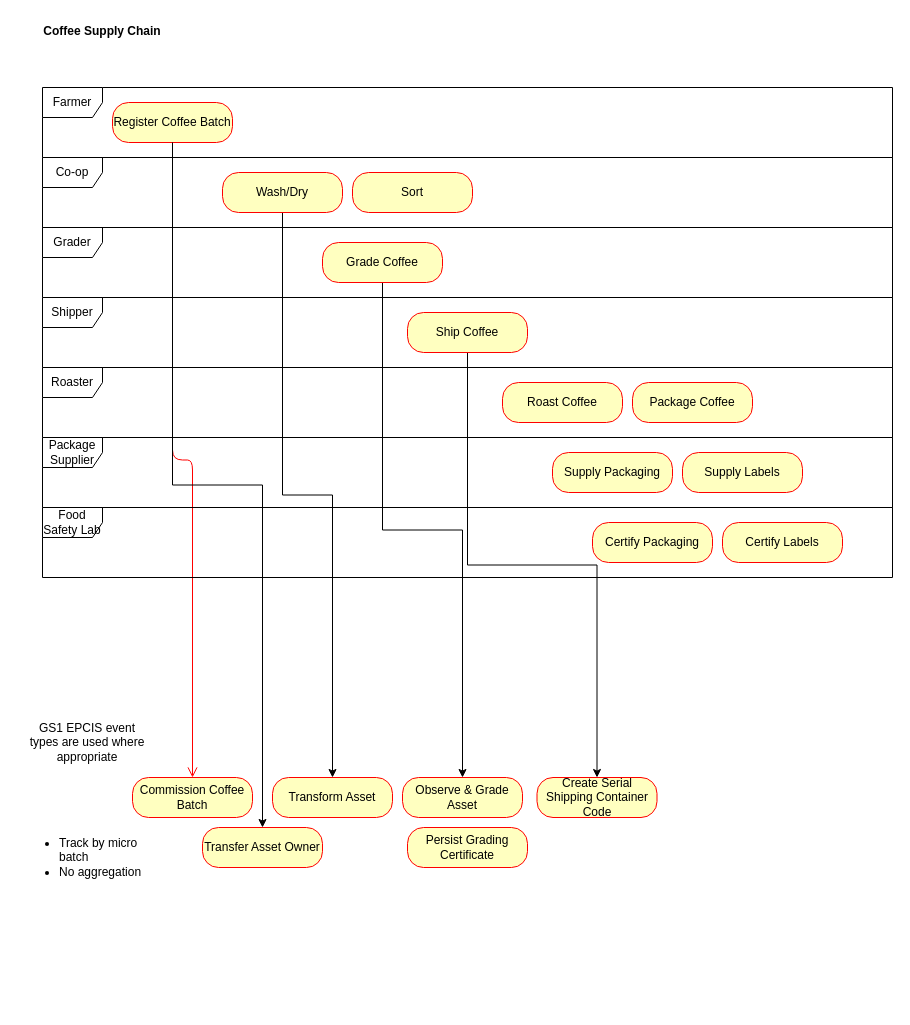
MCLDG/supply-chain-eth keeps this draw.io diagram as diagrams/Coffee Supply Chain.drawio. Above is the earlier version. Source tidied: cells renumbered, new cells numbered last; positions are measured from the earlier drawing's top-left corner, leaving out a move shared by most shapes. Both pictures are drawn from the tidied source at 100%, with x=0, y=0 at pixel (17, 17).
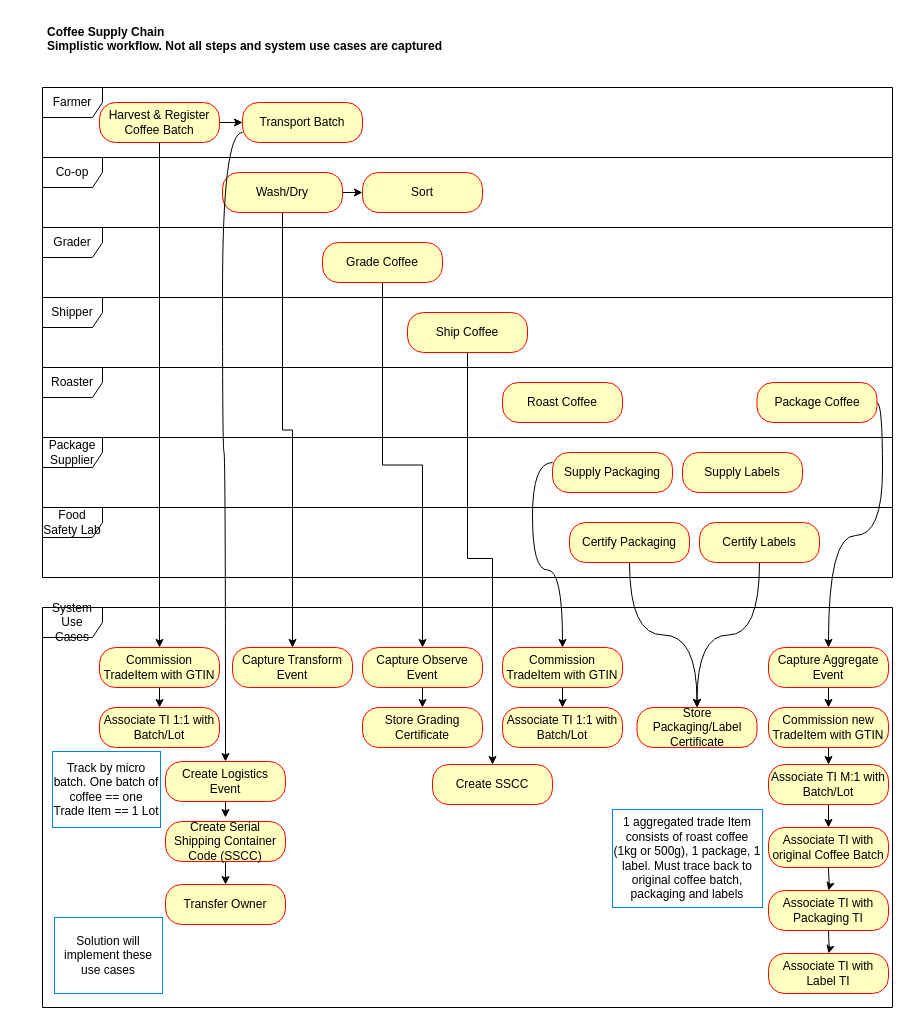
Above is the later version.

The change refers to these unchanged cells:
```xml
<mxCell id="9" value="Wash/Dry" style="rounded=1;whiteSpace=wrap;html=1;arcSize=40;fontColor=#000000;fillColor=#ffffc0;strokeColor=#ff0000;" parent="1" vertex="1">
  <mxGeometry x="205" y="155" width="120" height="40" as="geometry" />
</mxCell>
<mxCell id="29" value="Supply Packaging" style="rounded=1;whiteSpace=wrap;html=1;arcSize=40;fontColor=#000000;fillColor=#ffffc0;strokeColor=#ff0000;" parent="1" vertex="1">
  <mxGeometry x="535" y="435" width="120" height="40" as="geometry" />
</mxCell>
```

Change to the diagram source:
```diff
@@
-    <mxCell id="3" value="Coffee Supply Chain" style="text;align=center;fontStyle=1;verticalAlign=middle;spacingLeft=3;spacingRight=3;strokeColor=none;" parent="1" vertex="1">
-      <mxGeometry x="45" width="80" height="26" as="geometry" />
+    <mxCell id="3" value="Coffee Supply Chain&#10;Simplistic workflow. Not all steps and system use cases are captured&#10;" style="text;align=left;fontStyle=1;verticalAlign=middle;spacingLeft=3;spacingRight=3;strokeColor=none;" parent="1" vertex="1">
+      <mxGeometry x="25" y="8" width="550" height="40" as="geometry" />
     </mxCell>
@@
+    <mxCell id="34" style="edgeStyle=orthogonalEdgeStyle;curved=1;rounded=0;jettySize=auto;html=1;entryX=0.5;entryY=0;entryDx=0;entryDy=0;" parent="1" edge="1" source="5" target="42">
+      <mxGeometry relative="1" as="geometry" />
+    </mxCell>
-    <mxCell id="5" value="Commission Coffee Batch" style="rounded=1;whiteSpace=wrap;html=1;arcSize=40;fontColor=#000000;fillColor=#ffffc0;strokeColor=#ff0000;" parent="1" vertex="1">
-      <mxGeometry x="115" y="760" width="120" height="40" as="geometry" />
+    <mxCell id="5" value="Commission TradeItem with GTIN" style="rounded=1;whiteSpace=wrap;html=1;arcSize=40;fontColor=#000000;fillColor=#ffffc0;strokeColor=#ff0000;" parent="1" vertex="1">
+      <mxGeometry x="82" y="630" width="120" height="40" as="geometry" />
     </mxCell>
-    <mxCell id="6" style="edgeStyle=orthogonalEdgeStyle;html=1;verticalAlign=bottom;endArrow=open;endSize=8;strokeColor=#ff0000;entryX=0.5;entryY=0;entryDx=0;entryDy=0;exitX=0.5;exitY=1;exitDx=0;exitDy=0;" parent="1" edge="1" source="11" target="5">
-      <mxGeometry relative="1" as="geometry" />
-    </mxCell>
@@
+    <mxCell id="35" style="edgeStyle=orthogonalEdgeStyle;curved=1;rounded=0;jettySize=auto;html=1;" parent="1" edge="1" source="9" target="26">
+      <mxGeometry relative="1" as="geometry" />
+    </mxCell>
@@
-    <mxCell id="10" value="Transfer Asset Owner" style="rounded=1;whiteSpace=wrap;html=1;arcSize=40;fontColor=#000000;fillColor=#ffffc0;strokeColor=#ff0000;" parent="1" vertex="1">
-      <mxGeometry x="185" y="810" width="120" height="40" as="geometry" />
+    <mxCell id="10" value="Transfer Owner" style="rounded=1;whiteSpace=wrap;html=1;arcSize=40;fontColor=#000000;fillColor=#ffffc0;strokeColor=#ff0000;" parent="1" vertex="1">
+      <mxGeometry x="148" y="867" width="120" height="40" as="geometry" />
     </mxCell>
+    <mxCell id="36" style="edgeStyle=orthogonalEdgeStyle;rounded=0;jettySize=auto;html=1;" parent="1" edge="1" source="11" target="47">
+      <mxGeometry relative="1" as="geometry" />
+    </mxCell>
-    <mxCell id="11" value="Register Coffee Batch" style="rounded=1;whiteSpace=wrap;html=1;arcSize=40;fontColor=#000000;fillColor=#ffffc0;strokeColor=#ff0000;" parent="1" vertex="1">
-      <mxGeometry x="95" y="85" width="120" height="40" as="geometry" />
+    <mxCell id="11" value="Harvest &amp;amp; Register Coffee Batch" style="rounded=1;whiteSpace=wrap;html=1;arcSize=40;fontColor=#000000;fillColor=#ffffc0;strokeColor=#ff0000;" parent="1" vertex="1">
+      <mxGeometry x="82" y="85" width="120" height="40" as="geometry" />
     </mxCell>
-    <mxCell id="12" style="edgeStyle=orthogonalEdgeStyle;rounded=0;jettySize=auto;html=1;exitX=0.5;exitY=1;exitDx=0;exitDy=0;" parent="1" edge="1" source="11" target="10">
+    <mxCell id="12" style="edgeStyle=orthogonalEdgeStyle;rounded=0;jettySize=auto;html=1;exitX=0.5;exitY=1;exitDx=0;exitDy=0;entryX=0.5;entryY=0;entryDx=0;entryDy=0;" parent="1" edge="1" source="11" target="5">
       <mxGeometry relative="1" as="geometry" />
     </mxCell>
-    <mxCell id="13" value="Transform Asset" style="rounded=1;whiteSpace=wrap;html=1;arcSize=40;fontColor=#000000;fillColor=#ffffc0;strokeColor=#ff0000;" parent="1" vertex="1">
-      <mxGeometry x="255" y="760" width="120" height="40" as="geometry" />
+    <mxCell id="13" value="Capture Transform Event" style="rounded=1;whiteSpace=wrap;html=1;arcSize=40;fontColor=#000000;fillColor=#ffffc0;strokeColor=#ff0000;" parent="1" vertex="1">
+      <mxGeometry x="215" y="630" width="120" height="40" as="geometry" />
     </mxCell>
@@
+    <mxCell id="37" style="edgeStyle=orthogonalEdgeStyle;curved=1;rounded=0;jettySize=auto;html=1;" parent="1" edge="1" source="16" target="18">
+      <mxGeometry relative="1" as="geometry" />
+    </mxCell>
-    <mxCell id="16" value="Observe &amp;amp; Grade Asset" style="rounded=1;whiteSpace=wrap;html=1;arcSize=40;fontColor=#000000;fillColor=#ffffc0;strokeColor=#ff0000;" parent="1" vertex="1">
-      <mxGeometry x="385" y="760" width="120" height="40" as="geometry" />
+    <mxCell id="16" value="Capture Observe Event" style="rounded=1;whiteSpace=wrap;html=1;arcSize=40;fontColor=#000000;fillColor=#ffffc0;strokeColor=#ff0000;" parent="1" vertex="1">
+      <mxGeometry x="345" y="630" width="120" height="40" as="geometry" />
     </mxCell>
-    <mxCell id="17" value="GS1 EPCIS event types are used where appropriate" style="text;html=1;strokeColor=none;fillColor=none;align=center;verticalAlign=middle;whiteSpace=wrap;overflow=hidden;" parent="1" vertex="1">
-      <mxGeometry x="5" y="700" width="130" height="50" as="geometry" />
-    </mxCell>
-    <mxCell id="18" value="Persist Grading Certificate" style="rounded=1;whiteSpace=wrap;html=1;arcSize=40;fontColor=#000000;fillColor=#ffffc0;strokeColor=#ff0000;" parent="1" vertex="1">
-      <mxGeometry x="390" y="810" width="120" height="40" as="geometry" />
+    <mxCell id="18" value="Store Grading Certificate" style="rounded=1;whiteSpace=wrap;html=1;arcSize=40;fontColor=#000000;fillColor=#ffffc0;strokeColor=#ff0000;" parent="1" vertex="1">
+      <mxGeometry x="345" y="690" width="120" height="40" as="geometry" />
     </mxCell>
@@
-    <mxCell id="24" value="Create Serial Shipping Container Code" style="rounded=1;whiteSpace=wrap;html=1;arcSize=40;fontColor=#000000;fillColor=#ffffc0;strokeColor=#ff0000;" parent="1" vertex="1">
-      <mxGeometry x="519.5" y="760" width="120" height="40" as="geometry" />
+    <mxCell id="24" value="Create SSCC" style="rounded=1;whiteSpace=wrap;html=1;arcSize=40;fontColor=#000000;fillColor=#ffffc0;strokeColor=#ff0000;" parent="1" vertex="1">
+      <mxGeometry x="415" y="747" width="120" height="40" as="geometry" />
     </mxCell>
-    <mxCell id="25" value="&lt;ul&gt;&lt;li&gt;Track by micro batch&lt;/li&gt;&lt;li&gt;No aggregation&lt;/li&gt;&lt;/ul&gt;" style="text;strokeColor=none;fillColor=none;html=1;whiteSpace=wrap;verticalAlign=middle;overflow=hidden;" parent="1" vertex="1">
-      <mxGeometry y="800" width="140" height="80" as="geometry" />
+    <mxCell id="25" value="&lt;div align=&quot;center&quot;&gt;Track by micro batch. One batch of coffee == one Trade Item == 1 Lot&lt;/div&gt;" style="text;strokeColor=#007fff;fillColor=none;html=1;whiteSpace=wrap;verticalAlign=middle;overflow=hidden;align=center;" parent="1" vertex="1">
+      <mxGeometry x="35" y="734" width="108" height="76" as="geometry" />
     </mxCell>
     <mxCell id="26" value="Sort" style="rounded=1;whiteSpace=wrap;html=1;arcSize=40;fontColor=#000000;fillColor=#ffffc0;strokeColor=#ff0000;" parent="1" vertex="1">
-      <mxGeometry x="335" y="155" width="120" height="40" as="geometry" />
+      <mxGeometry x="345" y="155" width="120" height="40" as="geometry" />
     </mxCell>
+    <mxCell id="38" style="edgeStyle=orthogonalEdgeStyle;curved=1;rounded=0;jettySize=auto;html=1;entryX=0.5;entryY=0;entryDx=0;entryDy=0;" parent="1" edge="1" source="27" target="52">
+      <mxGeometry relative="1" as="geometry">
+        <Array as="points">
+          <mxPoint x="865" y="385" />
+          <mxPoint x="865" y="518" />
+          <mxPoint x="811" y="518" />
+        </Array>
+      </mxGeometry>
+    </mxCell>
     <mxCell id="27" value="Package Coffee" style="rounded=1;whiteSpace=wrap;html=1;arcSize=40;fontColor=#000000;fillColor=#ffffc0;strokeColor=#ff0000;" parent="1" vertex="1">
-      <mxGeometry x="615" y="365" width="120" height="40" as="geometry" />
+      <mxGeometry x="739.5" y="365" width="120" height="40" as="geometry" />
     </mxCell>
@@
+    <mxCell id="39" style="edgeStyle=orthogonalEdgeStyle;curved=1;rounded=0;jettySize=auto;html=1;exitX=0;exitY=0.25;exitDx=0;exitDy=0;" parent="1" edge="1" source="29" target="44">
+      <mxGeometry relative="1" as="geometry" />
+    </mxCell>
@@
+    <mxCell id="40" style="edgeStyle=orthogonalEdgeStyle;curved=1;rounded=0;jettySize=auto;html=1;entryX=0.5;entryY=0;entryDx=0;entryDy=0;" parent="1" edge="1" source="32" target="50">
+      <mxGeometry relative="1" as="geometry" />
+    </mxCell>
     <mxCell id="32" value="Certify Packaging" style="rounded=1;whiteSpace=wrap;html=1;arcSize=40;fontColor=#000000;fillColor=#ffffc0;strokeColor=#ff0000;" parent="1" vertex="1">
-      <mxGeometry x="575" y="505" width="120" height="40" as="geometry" />
+      <mxGeometry x="552" y="505" width="120" height="40" as="geometry" />
     </mxCell>
+    <mxCell id="41" style="edgeStyle=orthogonalEdgeStyle;curved=1;rounded=0;jettySize=auto;html=1;exitX=0.5;exitY=1;exitDx=0;exitDy=0;entryX=0.5;entryY=0;entryDx=0;entryDy=0;" parent="1" edge="1" source="33" target="50">
+      <mxGeometry relative="1" as="geometry" />
+    </mxCell>
     <mxCell id="33" value="Certify Labels" style="rounded=1;whiteSpace=wrap;html=1;arcSize=40;fontColor=#000000;fillColor=#ffffc0;strokeColor=#ff0000;" parent="1" vertex="1">
-      <mxGeometry x="705" y="505" width="120" height="40" as="geometry" />
+      <mxGeometry x="682" y="505" width="120" height="40" as="geometry" />
     </mxCell>
+    <mxCell id="42" value="Associate TI 1:1 with Batch/Lot" style="rounded=1;whiteSpace=wrap;html=1;arcSize=40;fontColor=#000000;fillColor=#ffffc0;strokeColor=#ff0000;" parent="1" vertex="1">
+      <mxGeometry x="82" y="690" width="120" height="40" as="geometry" />
+    </mxCell>
+    <mxCell id="43" style="edgeStyle=orthogonalEdgeStyle;curved=1;rounded=0;jettySize=auto;html=1;entryX=0.5;entryY=0;entryDx=0;entryDy=0;" parent="1" edge="1" source="44" target="45">
+      <mxGeometry relative="1" as="geometry" />
+    </mxCell>
+    <mxCell id="44" value="Commission TradeItem with GTIN" style="rounded=1;whiteSpace=wrap;html=1;arcSize=40;fontColor=#000000;fillColor=#ffffc0;strokeColor=#ff0000;" parent="1" vertex="1">
+      <mxGeometry x="485" y="630" width="120" height="40" as="geometry" />
+    </mxCell>
+    <mxCell id="45" value="Associate TI 1:1 with Batch/Lot" style="rounded=1;whiteSpace=wrap;html=1;arcSize=40;fontColor=#000000;fillColor=#ffffc0;strokeColor=#ff0000;" parent="1" vertex="1">
+      <mxGeometry x="485" y="690" width="120" height="40" as="geometry" />
+    </mxCell>
+    <mxCell id="46" style="edgeStyle=orthogonalEdgeStyle;rounded=0;jettySize=auto;html=1;entryX=0.5;entryY=0;entryDx=0;entryDy=0;curved=1;exitX=0;exitY=0.75;exitDx=0;exitDy=0;" parent="1" edge="1" source="47" target="65">
+      <mxGeometry relative="1" as="geometry" />
+    </mxCell>
+    <mxCell id="47" value="Transport Batch" style="rounded=1;whiteSpace=wrap;html=1;arcSize=40;fontColor=#000000;fillColor=#ffffc0;strokeColor=#ff0000;" parent="1" vertex="1">
+      <mxGeometry x="225" y="85" width="120" height="40" as="geometry" />
+    </mxCell>
+    <mxCell id="48" style="edgeStyle=orthogonalEdgeStyle;curved=1;rounded=0;jettySize=auto;html=1;" parent="1" edge="1" source="49" target="10">
+      <mxGeometry relative="1" as="geometry" />
+    </mxCell>
+    <mxCell id="49" value="Create Serial Shipping Container Code (SSCC)" style="rounded=1;whiteSpace=wrap;html=1;arcSize=40;fontColor=#000000;fillColor=#ffffc0;strokeColor=#ff0000;" parent="1" vertex="1">
+      <mxGeometry x="148" y="804" width="120" height="40" as="geometry" />
+    </mxCell>
+    <mxCell id="50" value="Store Packaging/Label Certificate" style="rounded=1;whiteSpace=wrap;html=1;arcSize=40;fontColor=#000000;fillColor=#ffffc0;strokeColor=#ff0000;" parent="1" vertex="1">
+      <mxGeometry x="619.5" y="690" width="120" height="40" as="geometry" />
+    </mxCell>
+    <mxCell id="51" style="edgeStyle=orthogonalEdgeStyle;curved=1;rounded=0;jettySize=auto;html=1;" parent="1" edge="1" source="52" target="54">
+      <mxGeometry relative="1" as="geometry" />
+    </mxCell>
+    <mxCell id="52" value="Capture Aggregate Event" style="rounded=1;whiteSpace=wrap;html=1;arcSize=40;fontColor=#000000;fillColor=#ffffc0;strokeColor=#ff0000;" parent="1" vertex="1">
+      <mxGeometry x="751" y="630" width="120" height="40" as="geometry" />
+    </mxCell>
+    <mxCell id="53" style="edgeStyle=orthogonalEdgeStyle;curved=1;rounded=0;jettySize=auto;html=1;" parent="1" edge="1" source="54" target="56">
+      <mxGeometry relative="1" as="geometry" />
+    </mxCell>
+    <mxCell id="54" value="Commission new TradeItem with GTIN" style="rounded=1;whiteSpace=wrap;html=1;arcSize=40;fontColor=#000000;fillColor=#ffffc0;strokeColor=#ff0000;" parent="1" vertex="1">
+      <mxGeometry x="751" y="690" width="120" height="40" as="geometry" />
+    </mxCell>
+    <mxCell id="55" style="edgeStyle=orthogonalEdgeStyle;curved=1;rounded=0;jettySize=auto;html=1;" parent="1" edge="1" source="56" target="57">
+      <mxGeometry relative="1" as="geometry" />
+    </mxCell>
+    <mxCell id="56" value="Associate TI M:1 with Batch/Lot" style="rounded=1;whiteSpace=wrap;html=1;arcSize=40;fontColor=#000000;fillColor=#ffffc0;strokeColor=#ff0000;" parent="1" vertex="1">
+      <mxGeometry x="751" y="747" width="120" height="40" as="geometry" />
+    </mxCell>
+    <mxCell id="57" value="Associate TI with original Coffee Batch" style="rounded=1;whiteSpace=wrap;html=1;arcSize=40;fontColor=#000000;fillColor=#ffffc0;strokeColor=#ff0000;" parent="1" vertex="1">
+      <mxGeometry x="751" y="810" width="120" height="40" as="geometry" />
+    </mxCell>
+    <mxCell id="58" style="edgeStyle=orthogonalEdgeStyle;curved=1;rounded=0;jettySize=auto;html=1;" parent="1" edge="1" target="59">
+      <mxGeometry relative="1" as="geometry">
+        <mxPoint x="811" y="850" as="sourcePoint" />
+      </mxGeometry>
+    </mxCell>
+    <mxCell id="59" value="Associate TI with Packaging TI" style="rounded=1;whiteSpace=wrap;html=1;arcSize=40;fontColor=#000000;fillColor=#ffffc0;strokeColor=#ff0000;" parent="1" vertex="1">
+      <mxGeometry x="751" y="873" width="120" height="40" as="geometry" />
+    </mxCell>
+    <mxCell id="60" style="edgeStyle=orthogonalEdgeStyle;curved=1;rounded=0;jettySize=auto;html=1;" parent="1" edge="1" target="61">
+      <mxGeometry relative="1" as="geometry">
+        <mxPoint x="811" y="913" as="sourcePoint" />
+      </mxGeometry>
+    </mxCell>
+    <mxCell id="61" value="Associate TI with Label TI" style="rounded=1;whiteSpace=wrap;html=1;arcSize=40;fontColor=#000000;fillColor=#ffffc0;strokeColor=#ff0000;" parent="1" vertex="1">
+      <mxGeometry x="751" y="936" width="120" height="40" as="geometry" />
+    </mxCell>
+    <mxCell id="62" value="&lt;div align=&quot;center&quot;&gt;1 aggregated trade Item consists of roast coffee (1kg or 500g), 1 package, 1 label. Must trace back to original coffee batch, packaging and labels&lt;br&gt;&lt;/div&gt;" style="text;strokeColor=#007fff;fillColor=none;html=1;whiteSpace=wrap;verticalAlign=middle;overflow=hidden;align=center;" parent="1" vertex="1">
+      <mxGeometry x="595" y="792" width="150" height="98" as="geometry" />
+    </mxCell>
+    <mxCell id="63" value="System Use Cases" style="shape=umlFrame;whiteSpace=wrap;html=1;" parent="1" vertex="1">
+      <mxGeometry x="25" y="590" width="850" height="400" as="geometry" />
+    </mxCell>
+    <mxCell id="64" value="&lt;div align=&quot;center&quot;&gt;Solution will implement these use cases&lt;br&gt;&lt;/div&gt;" style="text;strokeColor=#007fff;fillColor=none;html=1;whiteSpace=wrap;verticalAlign=middle;overflow=hidden;align=center;" parent="1" vertex="1">
+      <mxGeometry x="37" y="900" width="108" height="76" as="geometry" />
+    </mxCell>
+    <mxCell id="65" value="Create Logistics Event" style="rounded=1;whiteSpace=wrap;html=1;arcSize=40;fontColor=#000000;fillColor=#ffffc0;strokeColor=#ff0000;" parent="1" vertex="1">
+      <mxGeometry x="148" y="744" width="120" height="40" as="geometry" />
+    </mxCell>
+    <mxCell id="66" style="edgeStyle=orthogonalEdgeStyle;curved=1;rounded=0;jettySize=auto;html=1;exitX=0.5;exitY=1;exitDx=0;exitDy=0;" parent="1" edge="1" source="65">
+      <mxGeometry relative="1" as="geometry">
+        <mxPoint x="208" y="800" as="targetPoint" />
+      </mxGeometry>
+    </mxCell>
```
